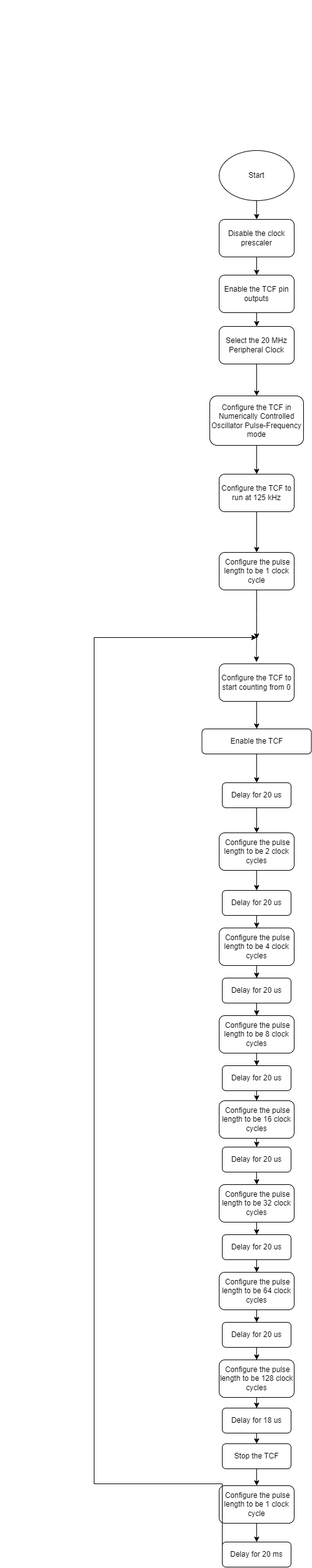
Before: images/ncoPlFlowchart.png, a diagram exported from draw.io (microchip-pic-avr-examples/avr16eb32-getting-started-with-tcf-mplab-bare-metal). Source tidied: cells renumbered, new cells last; positions are measured from the earlier drawing's top-left corner, leaving out a move shared by most shapes.
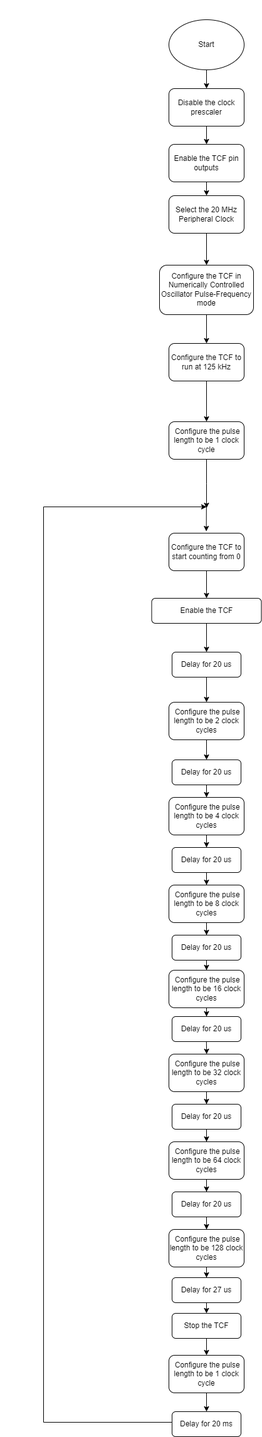
The same file after the commit.

Change to the diagram source:
```diff
@@ -74,7 +74,8 @@
       <mxGeometry relative="1" as="geometry">
         <mxPoint x="410" y="1018" as="targetPoint" />
         <Array as="points">
-          <mxPoint x="150" y="2370" />
+          <mxPoint x="355" y="2480" />
+          <mxPoint x="150" y="2480" />
           <mxPoint x="150" y="1018" />
         </Array>
       </mxGeometry>
@@ -176,7 +177,7 @@
     <mxCell id="54" value="&amp;nbsp;Configure the pulse length to be 128 clock cycles" style="rounded=1;whiteSpace=wrap;html=1;" parent="1" vertex="1">
       <mxGeometry x="350" y="2172" width="120" height="60" as="geometry" />
     </mxCell>
-    <mxCell id="55" value="Delay for 18 us" style="rounded=1;whiteSpace=wrap;html=1;" parent="1" vertex="1">
+    <mxCell id="55" value="Delay for 27 us" style="rounded=1;whiteSpace=wrap;html=1;" parent="1" vertex="1">
       <mxGeometry x="355" y="2249" width="110" height="40" as="geometry" />
     </mxCell>
     <mxCell id="56" style="endArrow=classic;html=1;rounded=0;" parent="1" edge="1">
```
